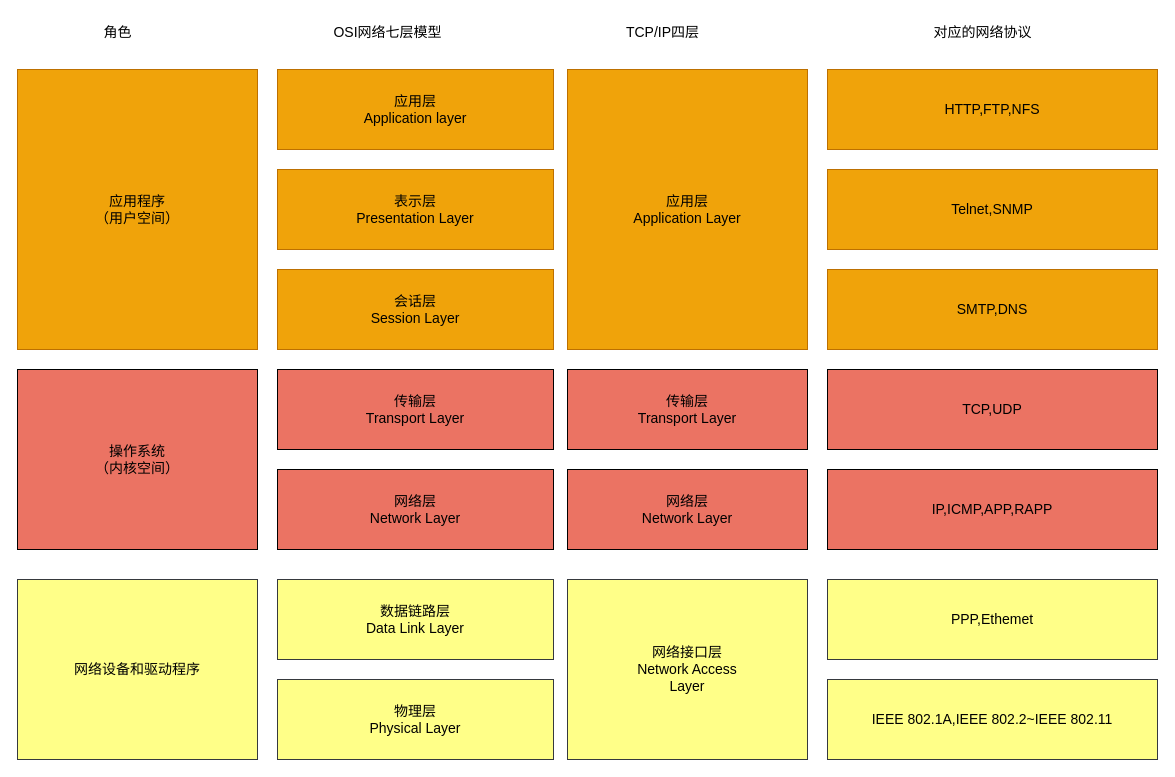
Earlier version of the draw.io diagram 网络分层模型和主要协议.drawio (ChengziMao/diagrams). Source tidied: cells renumbered, new cells numbered last; positions are measured from the earlier drawing's top-left corner, leaving out a move shared by most shapes. Both pictures are drawn from the tidied source at 100%, with x=0, y=0 at pixel (17, 17).
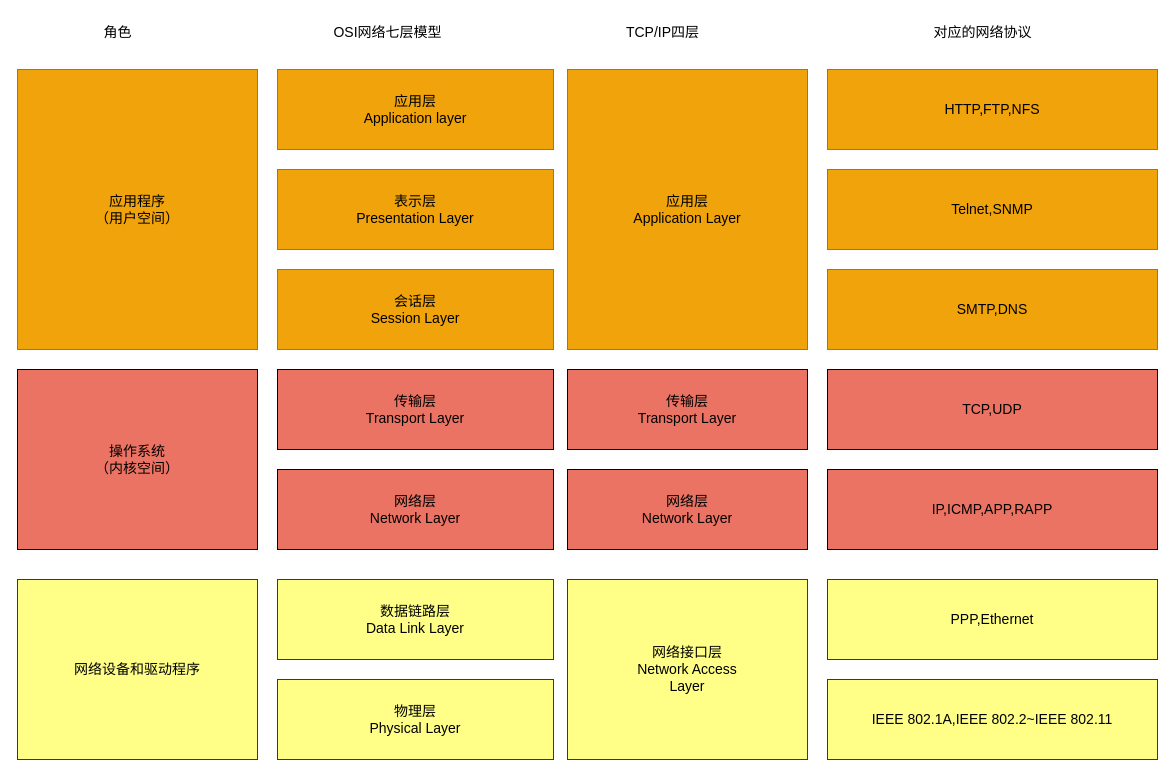
The same diagram, later.

Commit message (it also covers changes not shown here):
更新网络分层模型和主要协议.drawio

What changed in the source:
```diff
@@
-    <mxCell id="21" value="&lt;font style=&quot;vertical-align: inherit;&quot; class=&quot;notranslate fyzs-translate-target fyzs-translate-target-wrapper&quot;&gt;&lt;font style=&quot;vertical-align: inherit;&quot; class=&quot;notranslate fyzs-translate-target fyzs-translate-target-box&quot;&gt;&lt;font style=&quot;vertical-align: inherit;&quot; title=&quot;P&quot; class=&quot;notranslate fyzs-translate-target fyzs-translate-target-text&quot;&gt;PPP,Ethemet&lt;/font&gt;&lt;/font&gt;&lt;/font&gt;" style="rounded=0;whiteSpace=wrap;html=1;fontSize=14;fillColor=#ffff88;strokeColor=#36393d;" parent="1" vertex="1">
+    <mxCell id="21" value="&lt;font style=&quot;vertical-align: inherit;&quot; class=&quot;notranslate fyzs-translate-target fyzs-translate-target-wrapper&quot;&gt;&lt;font style=&quot;vertical-align: inherit;&quot; class=&quot;notranslate fyzs-translate-target fyzs-translate-target-box&quot;&gt;&lt;font style=&quot;vertical-align: inherit;&quot; title=&quot;P&quot; class=&quot;notranslate fyzs-translate-target fyzs-translate-target-text&quot;&gt;PPP,Ethernet&lt;/font&gt;&lt;/font&gt;&lt;/font&gt;" style="rounded=0;whiteSpace=wrap;html=1;fontSize=14;fillColor=#ffff88;strokeColor=#36393d;" parent="1" vertex="1">
       <mxGeometry x="810" y="562" width="330" height="80" as="geometry" />
     </mxCell>
```
